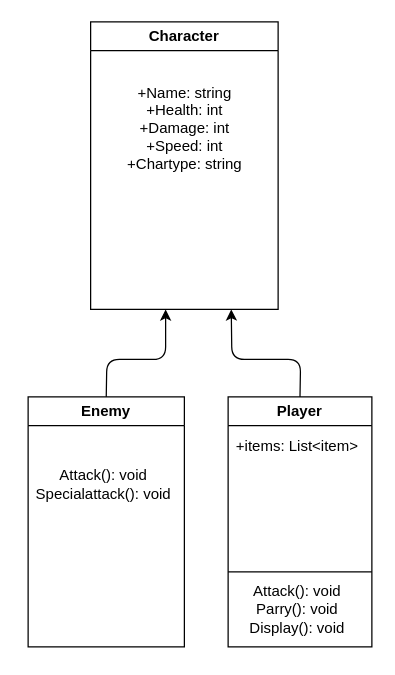
Before: diagram.drawio in te22a-Lee-Theo/WinterProject, a draw.io diagram. Source tidied: cells renumbered, new cells numbered last; positions are measured from the earlier drawing's top-left corner, leaving out a move shared by most shapes. Both pictures are drawn from the tidied source at 125%, with x=0, y=0 at pixel (21, 21).
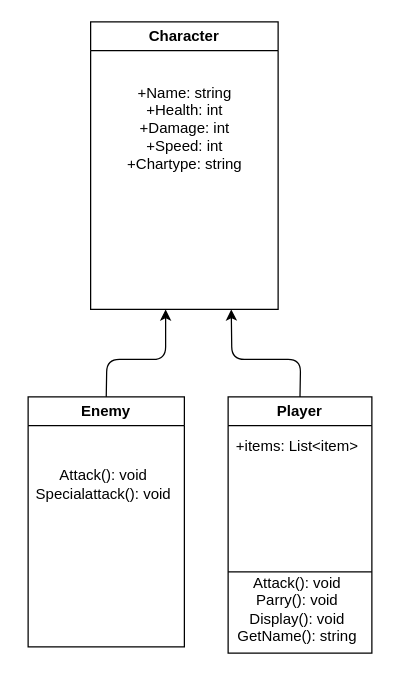
Above is the later version.

What changed in the source:
```diff
@@
 <mxGraphModel>
   <root>
     <mxCell id="0" />
     <mxCell id="1" parent="0" />
     <mxCell id="2" value="Character" style="swimlane;whiteSpace=wrap;html=1;" parent="1" vertex="1">
       <mxGeometry x="55" width="150" height="230" as="geometry" />
     </mxCell>
     <mxCell id="3" value="+Name: string&lt;br&gt;+Health: int&lt;br&gt;+Damage: int&lt;br&gt;+Speed: int&lt;br&gt;+Chartype: string" style="text;html=1;align=center;verticalAlign=middle;strokeColor=none;fillColor=none;" parent="2" vertex="1">
       <mxGeometry x="15" y="40" width="120" height="90" as="geometry" />
     </mxCell>
     <mxCell id="4" value="Player" style="swimlane;whiteSpace=wrap;html=1;" parent="1" vertex="1">
-      <mxGeometry x="165" y="300" width="115" height="200" as="geometry" />
+      <mxGeometry x="165" y="300" width="115" height="205" as="geometry" />
     </mxCell>
-    <mxCell id="5" value="Attack(): void&lt;br&gt;Parry(): void&lt;br&gt;Display(): void" style="text;html=1;align=center;verticalAlign=middle;strokeColor=none;fillColor=none;" parent="4" vertex="1">
-      <mxGeometry x="5" y="140" width="100" height="60" as="geometry" />
+    <mxCell id="5" value="Attack(): void&lt;br&gt;Parry(): void&lt;br&gt;Display(): void&lt;br&gt;GetName(): string" style="text;html=1;align=center;verticalAlign=middle;strokeColor=none;fillColor=none;" parent="4" vertex="1">
+      <mxGeometry x="-5" y="135" width="120" height="70" as="geometry" />
     </mxCell>
     <mxCell id="6" value="+items: List&amp;lt;item&amp;gt;" style="text;html=1;align=center;verticalAlign=middle;strokeColor=none;fillColor=none;" parent="4" vertex="1">
       <mxGeometry x="-5" y="25" width="120" height="30" as="geometry" />
     </mxCell>
     <mxCell id="7" style="endArrow=none;html=1;" parent="4" edge="1">
       <mxGeometry relative="1" as="geometry">
         <mxPoint y="140" as="sourcePoint" />
         <mxPoint x="115" y="140" as="targetPoint" />
       </mxGeometry>
     </mxCell>
     <mxCell id="8" style="edgeStyle=none;html=1;exitX=0.5;exitY=0;exitDx=0;exitDy=0;" parent="1" edge="1" source="9">
       <mxGeometry relative="1" as="geometry">
         <mxPoint x="115" y="230" as="targetPoint" />
         <Array as="points">
           <mxPoint x="68" y="270" />
           <mxPoint x="115" y="270" />
         </Array>
       </mxGeometry>
     </mxCell>
     <mxCell id="9" value="Enemy" style="swimlane;whiteSpace=wrap;html=1;" parent="1" vertex="1">
       <mxGeometry x="5" y="300" width="125" height="200" as="geometry" />
     </mxCell>
     <mxCell id="10" value="Attack(): void&lt;br&gt;Specialattack(): void" style="text;html=1;align=center;verticalAlign=middle;strokeColor=none;fillColor=none;" parent="9" vertex="1">
       <mxGeometry x="-5" y="50" width="130" height="40" as="geometry" />
     </mxCell>
     <mxCell id="11" style="endArrow=classic;html=1;exitX=0.5;exitY=0;exitDx=0;exitDy=0;entryX=0.75;entryY=1;entryDx=0;entryDy=0;" parent="1" edge="1" source="4" target="2">
       <mxGeometry relative="1" as="geometry">
         <Array as="points">
           <mxPoint x="223" y="270" />
           <mxPoint x="168" y="270" />
         </Array>
       </mxGeometry>
     </mxCell>
   </root>
 </mxGraphModel>
```
